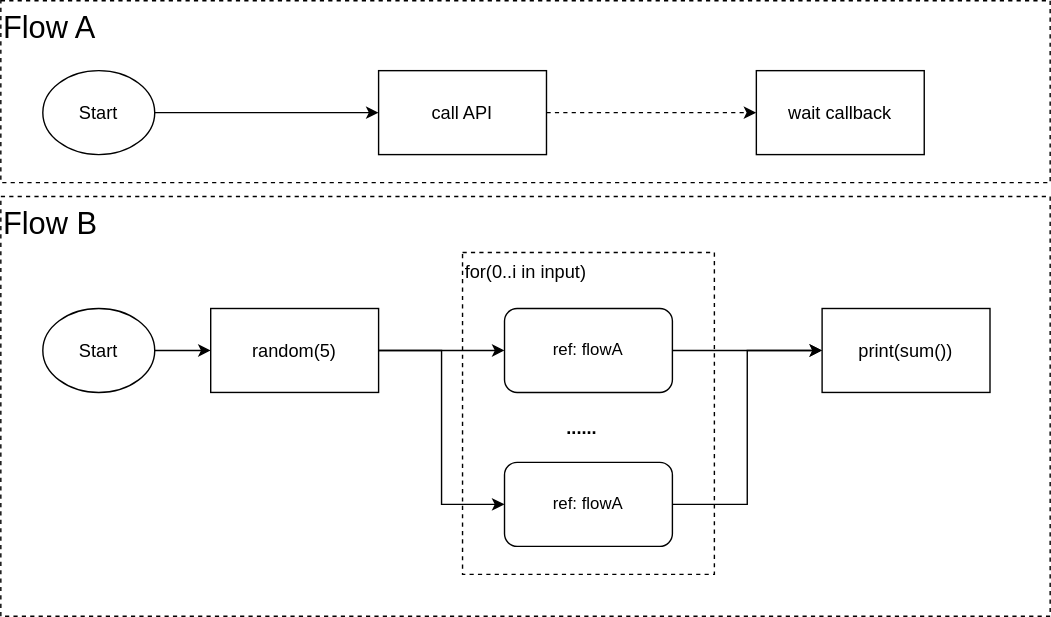
Above: docs/getting-started/assets/ref_subflow.svg in rill-flow/rill-flow.github.io (draw.io), before the change. Source tidied: cells renumbered, new cells last; positions are measured from the earlier drawing's top-left corner, leaving out a move shared by most shapes. The source it was exported from:
```xml
<mxGraphModel>
  <root>
    <mxCell id="0" />
    <mxCell id="1" parent="0" />
    <mxCell id="2" value="&lt;font style=&quot;font-size: 22px;&quot;&gt;Flow B&lt;/font&gt;" style="rounded=0;whiteSpace=wrap;html=1;fontSize=13;fillColor=none;dashed=1;align=left;verticalAlign=top;" parent="1" vertex="1">
      <mxGeometry y="140" width="750" height="300" as="geometry" />
    </mxCell>
    <mxCell id="3" value="for(0..i in input)" style="rounded=0;whiteSpace=wrap;html=1;fontSize=13;fillColor=none;dashed=1;align=left;verticalAlign=top;" parent="1" vertex="1">
      <mxGeometry x="330" y="180" width="180" height="230" as="geometry" />
    </mxCell>
    <mxCell id="4" style="edgeStyle=orthogonalEdgeStyle;rounded=0;jettySize=auto;html=1;exitX=1;exitY=0.5;exitDx=0;exitDy=0;fontSize=13;" parent="1" edge="1" source="5" target="8">
      <mxGeometry relative="1" as="geometry" />
    </mxCell>
    <mxCell id="5" value="Start" style="ellipse;whiteSpace=wrap;html=1;fontSize=13;" parent="1" vertex="1">
      <mxGeometry x="30" y="220" width="80" height="60" as="geometry" />
    </mxCell>
    <mxCell id="6" style="edgeStyle=orthogonalEdgeStyle;rounded=0;jettySize=auto;html=1;exitX=1;exitY=0.5;exitDx=0;exitDy=0;fontSize=13;entryX=0;entryY=0.5;entryDx=0;entryDy=0;" parent="1" edge="1" source="8" target="13">
      <mxGeometry relative="1" as="geometry" />
    </mxCell>
    <mxCell id="7" style="edgeStyle=orthogonalEdgeStyle;rounded=0;jettySize=auto;html=1;exitX=1;exitY=0.5;exitDx=0;exitDy=0;entryX=0;entryY=0.5;entryDx=0;entryDy=0;fontSize=13;" parent="1" edge="1" source="8" target="14">
      <mxGeometry relative="1" as="geometry" />
    </mxCell>
    <mxCell id="8" value="random(5)" style="rounded=0;whiteSpace=wrap;html=1;fontSize=13;" parent="1" vertex="1">
      <mxGeometry x="150" y="220" width="120" height="60" as="geometry" />
    </mxCell>
    <mxCell id="9" style="edgeStyle=orthogonalEdgeStyle;rounded=0;jettySize=auto;html=1;exitX=1;exitY=0.5;exitDx=0;exitDy=0;entryX=0;entryY=0.5;entryDx=0;entryDy=0;fontSize=13;" parent="1" edge="1" source="13" target="10">
      <mxGeometry relative="1" as="geometry" />
    </mxCell>
    <mxCell id="10" value="print(sum())" style="rounded=0;whiteSpace=wrap;html=1;fontSize=13;" parent="1" vertex="1">
      <mxGeometry x="587" y="220" width="120" height="60" as="geometry" />
    </mxCell>
    <mxCell id="11" style="edgeStyle=orthogonalEdgeStyle;rounded=0;jettySize=auto;html=1;exitX=1;exitY=0.5;exitDx=0;exitDy=0;entryX=0;entryY=0.5;entryDx=0;entryDy=0;fontSize=13;" parent="1" edge="1" source="14" target="10">
      <mxGeometry relative="1" as="geometry" />
    </mxCell>
    <mxCell id="12" value="......" style="text;html=1;align=center;verticalAlign=middle;strokeColor=none;fillColor=none;fontSize=13;fontStyle=1;" parent="1" vertex="1">
      <mxGeometry x="390" y="290" width="50" height="30" as="geometry" />
    </mxCell>
    <mxCell id="13" value="ref: flowA" style="rounded=1;whiteSpace=wrap;html=1;" parent="1" vertex="1">
      <mxGeometry x="360" y="220" width="120" height="60" as="geometry" />
    </mxCell>
    <mxCell id="14" value="ref: flowA" style="rounded=1;whiteSpace=wrap;html=1;" parent="1" vertex="1">
      <mxGeometry x="360" y="330" width="120" height="60" as="geometry" />
    </mxCell>
    <mxCell id="15" value="&lt;font style=&quot;font-size: 22px;&quot;&gt;Flow A&lt;/font&gt;" style="rounded=0;whiteSpace=wrap;html=1;fontSize=13;fillColor=none;dashed=1;align=left;verticalAlign=top;" parent="1" vertex="1">
      <mxGeometry width="750" height="130" as="geometry" />
    </mxCell>
    <mxCell id="16" style="edgeStyle=orthogonalEdgeStyle;rounded=0;jettySize=auto;html=1;exitX=1;exitY=0.5;exitDx=0;exitDy=0;entryX=0;entryY=0.5;entryDx=0;entryDy=0;fontSize=22;" parent="1" edge="1" source="17" target="19">
      <mxGeometry relative="1" as="geometry" />
    </mxCell>
    <mxCell id="17" value="Start" style="ellipse;whiteSpace=wrap;html=1;fontSize=13;" parent="1" vertex="1">
      <mxGeometry x="30" y="50" width="80" height="60" as="geometry" />
    </mxCell>
    <mxCell id="18" style="edgeStyle=orthogonalEdgeStyle;rounded=0;jettySize=auto;html=1;exitX=1;exitY=0.5;exitDx=0;exitDy=0;entryX=0;entryY=0.5;entryDx=0;entryDy=0;fontSize=22;dashed=1;" parent="1" edge="1" source="19" target="20">
      <mxGeometry relative="1" as="geometry" />
    </mxCell>
    <mxCell id="19" value="call API" style="rounded=0;whiteSpace=wrap;html=1;fontSize=13;" parent="1" vertex="1">
      <mxGeometry x="270" y="50" width="120" height="60" as="geometry" />
    </mxCell>
    <mxCell id="20" value="wait callback" style="rounded=0;whiteSpace=wrap;html=1;fontSize=13;" parent="1" vertex="1">
      <mxGeometry x="540" y="50" width="120" height="60" as="geometry" />
    </mxCell>
  </root>
</mxGraphModel>
```
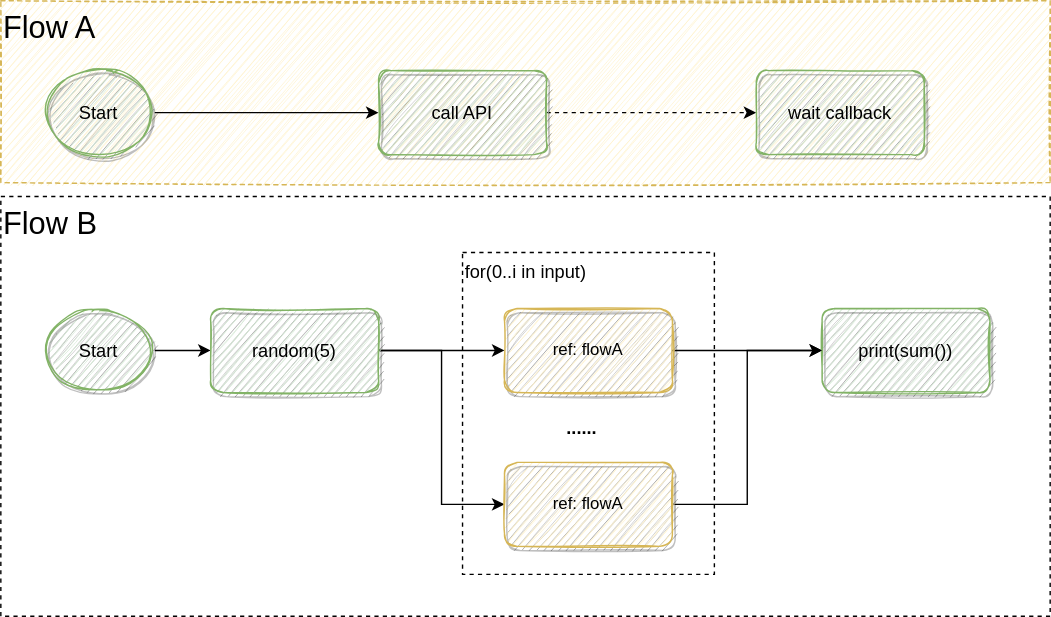
The same diagram one commit later.

Change to the diagram source:
```diff
@@ -11,7 +11,7 @@
     <mxCell id="4" style="edgeStyle=orthogonalEdgeStyle;rounded=0;jettySize=auto;html=1;exitX=1;exitY=0.5;exitDx=0;exitDy=0;fontSize=13;" parent="1" edge="1" source="5" target="8">
       <mxGeometry relative="1" as="geometry" />
     </mxCell>
-    <mxCell id="5" value="Start" style="ellipse;whiteSpace=wrap;html=1;fontSize=13;" parent="1" vertex="1">
+    <mxCell id="5" value="Start" style="ellipse;whiteSpace=wrap;html=1;fontSize=13;fillColor=#d5e8d4;strokeColor=#82b366;sketch=1;shadow=1;" parent="1" vertex="1">
       <mxGeometry x="30" y="220" width="80" height="60" as="geometry" />
     </mxCell>
     <mxCell id="6" style="edgeStyle=orthogonalEdgeStyle;rounded=0;jettySize=auto;html=1;exitX=1;exitY=0.5;exitDx=0;exitDy=0;fontSize=13;entryX=0;entryY=0.5;entryDx=0;entryDy=0;" parent="1" edge="1" source="8" target="13">
@@ -20,13 +20,13 @@
     <mxCell id="7" style="edgeStyle=orthogonalEdgeStyle;rounded=0;jettySize=auto;html=1;exitX=1;exitY=0.5;exitDx=0;exitDy=0;entryX=0;entryY=0.5;entryDx=0;entryDy=0;fontSize=13;" parent="1" edge="1" source="8" target="14">
       <mxGeometry relative="1" as="geometry" />
     </mxCell>
-    <mxCell id="8" value="random(5)" style="rounded=0;whiteSpace=wrap;html=1;fontSize=13;" parent="1" vertex="1">
+    <mxCell id="8" value="random(5)" style="rounded=1;whiteSpace=wrap;html=1;fontSize=13;fillColor=#d5e8d4;strokeColor=#82b366;shadow=1;sketch=1;" parent="1" vertex="1">
       <mxGeometry x="150" y="220" width="120" height="60" as="geometry" />
     </mxCell>
     <mxCell id="9" style="edgeStyle=orthogonalEdgeStyle;rounded=0;jettySize=auto;html=1;exitX=1;exitY=0.5;exitDx=0;exitDy=0;entryX=0;entryY=0.5;entryDx=0;entryDy=0;fontSize=13;" parent="1" edge="1" source="13" target="10">
       <mxGeometry relative="1" as="geometry" />
     </mxCell>
-    <mxCell id="10" value="print(sum())" style="rounded=0;whiteSpace=wrap;html=1;fontSize=13;" parent="1" vertex="1">
+    <mxCell id="10" value="print(sum())" style="rounded=1;whiteSpace=wrap;html=1;fontSize=13;fillColor=#d5e8d4;strokeColor=#82b366;shadow=1;sketch=1;" parent="1" vertex="1">
       <mxGeometry x="587" y="220" width="120" height="60" as="geometry" />
     </mxCell>
     <mxCell id="11" style="edgeStyle=orthogonalEdgeStyle;rounded=0;jettySize=auto;html=1;exitX=1;exitY=0.5;exitDx=0;exitDy=0;entryX=0;entryY=0.5;entryDx=0;entryDy=0;fontSize=13;" parent="1" edge="1" source="14" target="10">
@@ -35,28 +35,28 @@
     <mxCell id="12" value="......" style="text;html=1;align=center;verticalAlign=middle;strokeColor=none;fillColor=none;fontSize=13;fontStyle=1;" parent="1" vertex="1">
       <mxGeometry x="390" y="290" width="50" height="30" as="geometry" />
     </mxCell>
-    <mxCell id="13" value="ref: flowA" style="rounded=1;whiteSpace=wrap;html=1;" parent="1" vertex="1">
+    <mxCell id="13" value="ref: flowA" style="rounded=1;whiteSpace=wrap;html=1;fillColor=#fff2cc;strokeColor=#d6b656;shadow=1;sketch=1;" parent="1" vertex="1">
       <mxGeometry x="360" y="220" width="120" height="60" as="geometry" />
     </mxCell>
-    <mxCell id="14" value="ref: flowA" style="rounded=1;whiteSpace=wrap;html=1;" parent="1" vertex="1">
+    <mxCell id="14" value="ref: flowA" style="rounded=1;whiteSpace=wrap;html=1;shadow=1;sketch=1;fillColor=#fff2cc;strokeColor=#d6b656;" parent="1" vertex="1">
       <mxGeometry x="360" y="330" width="120" height="60" as="geometry" />
     </mxCell>
-    <mxCell id="15" value="&lt;font style=&quot;font-size: 22px;&quot;&gt;Flow A&lt;/font&gt;" style="rounded=0;whiteSpace=wrap;html=1;fontSize=13;fillColor=none;dashed=1;align=left;verticalAlign=top;" parent="1" vertex="1">
+    <mxCell id="15" value="&lt;font style=&quot;font-size: 22px;&quot;&gt;Flow A&lt;/font&gt;" style="rounded=0;whiteSpace=wrap;html=1;fontSize=13;fillColor=#fff2cc;dashed=1;align=left;verticalAlign=top;strokeColor=#d6b656;sketch=1;" parent="1" vertex="1">
       <mxGeometry width="750" height="130" as="geometry" />
     </mxCell>
     <mxCell id="16" style="edgeStyle=orthogonalEdgeStyle;rounded=0;jettySize=auto;html=1;exitX=1;exitY=0.5;exitDx=0;exitDy=0;entryX=0;entryY=0.5;entryDx=0;entryDy=0;fontSize=22;" parent="1" edge="1" source="17" target="19">
       <mxGeometry relative="1" as="geometry" />
     </mxCell>
-    <mxCell id="17" value="Start" style="ellipse;whiteSpace=wrap;html=1;fontSize=13;" parent="1" vertex="1">
+    <mxCell id="17" value="Start" style="ellipse;whiteSpace=wrap;html=1;fontSize=13;fillColor=#d5e8d4;strokeColor=#82b366;sketch=1;shadow=1;" parent="1" vertex="1">
       <mxGeometry x="30" y="50" width="80" height="60" as="geometry" />
     </mxCell>
     <mxCell id="18" style="edgeStyle=orthogonalEdgeStyle;rounded=0;jettySize=auto;html=1;exitX=1;exitY=0.5;exitDx=0;exitDy=0;entryX=0;entryY=0.5;entryDx=0;entryDy=0;fontSize=22;dashed=1;" parent="1" edge="1" source="19" target="20">
       <mxGeometry relative="1" as="geometry" />
     </mxCell>
-    <mxCell id="19" value="call API" style="rounded=0;whiteSpace=wrap;html=1;fontSize=13;" parent="1" vertex="1">
+    <mxCell id="19" value="call API" style="rounded=1;whiteSpace=wrap;html=1;fontSize=13;fillColor=#d5e8d4;strokeColor=#82b366;shadow=1;sketch=1;" parent="1" vertex="1">
       <mxGeometry x="270" y="50" width="120" height="60" as="geometry" />
     </mxCell>
-    <mxCell id="20" value="wait callback" style="rounded=0;whiteSpace=wrap;html=1;fontSize=13;" parent="1" vertex="1">
+    <mxCell id="20" value="wait callback" style="rounded=1;whiteSpace=wrap;html=1;fontSize=13;fillColor=#d5e8d4;strokeColor=#82b366;shadow=1;sketch=1;" parent="1" vertex="1">
       <mxGeometry x="540" y="50" width="120" height="60" as="geometry" />
     </mxCell>
   </root>
```
